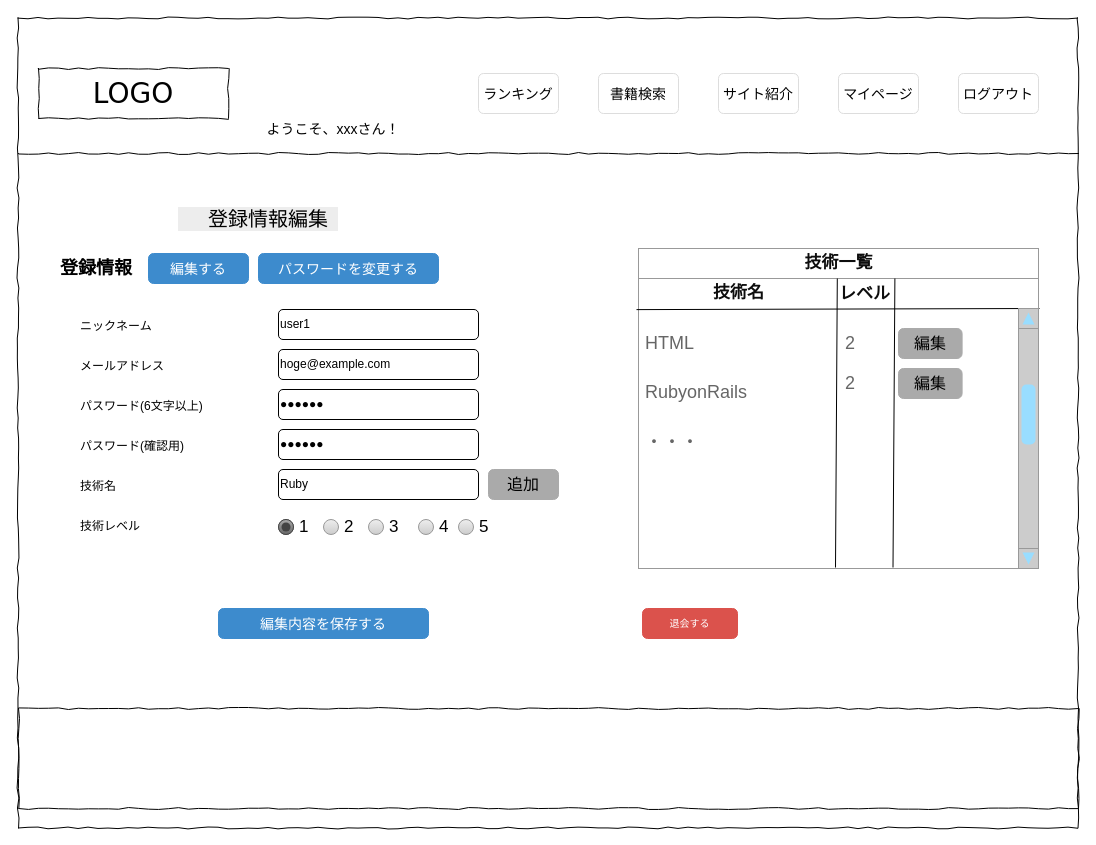
The draw.io diagram page "登録情報編集" (9 of 21) of wire_TechnicalBookReviewers_user.drawio in MitsuruYako/TechnicalBookReviewers, before the edit. Source tidied: cells renumbered, new cells numbered last; positions are measured from the earlier drawing's top-left corner, leaving out a move shared by most shapes. Both pictures are drawn from the tidied source at 100%, with x=0, y=0 at pixel (18, 18).
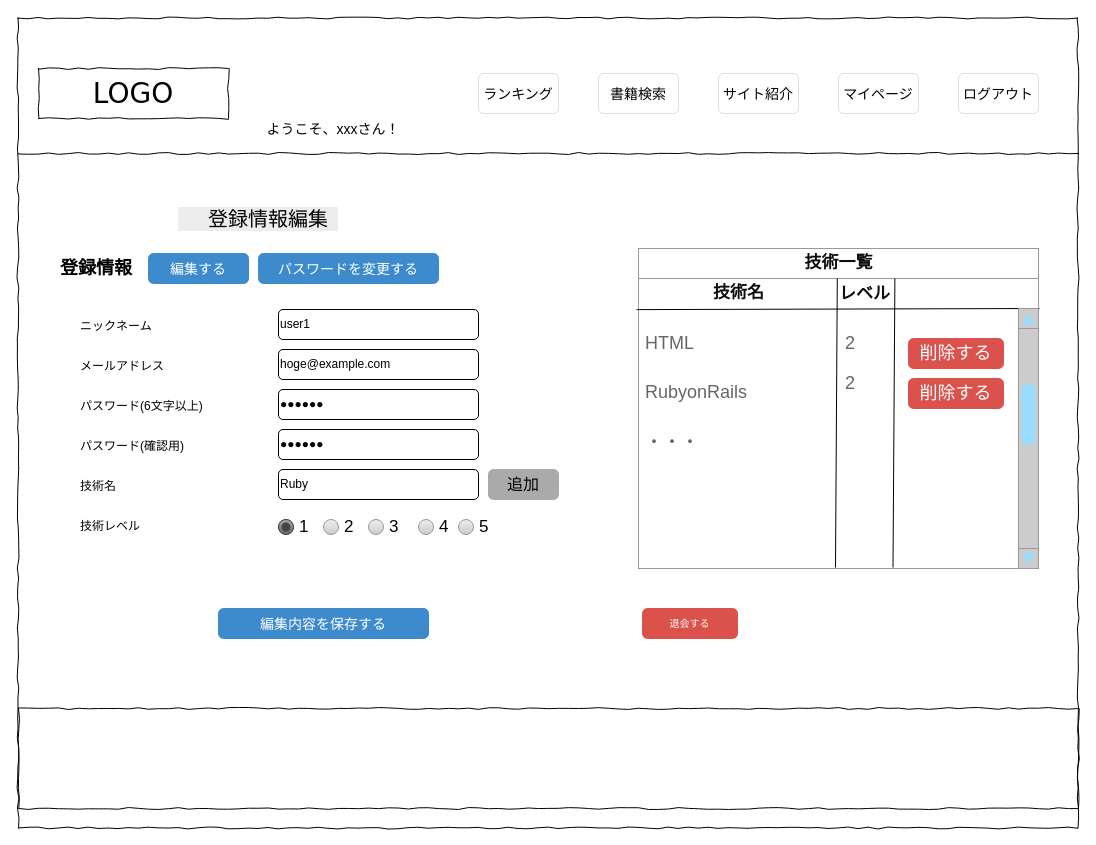
The same diagram, later.

Unchanged cells that the change refers to:
```xml
<mxCell id="12" style="strokeWidth=1;shadow=0;dashed=0;align=center;html=1;shape=mxgraph.mockup.forms.rrect;rSize=0;strokeColor=#999999;fillColor=#ffffff;" parent="1" vertex="1">
  <mxGeometry x="620" y="230" width="400" height="320" as="geometry" />
</mxCell>
```

Change to the diagram source:
```diff
@@
-    <mxCell id="24" value="編集" style="html=1;shadow=0;dashed=0;shape=mxgraph.bootstrap.rrect;rSize=5;fillColor=#AAAAAA;align=center;strokeColor=#AAAAAA;fontColor=#000000;fontSize=16;whiteSpace=wrap;" parent="12" vertex="1">
-      <mxGeometry x="260" y="80" width="63.6" height="30" as="geometry" />
-    </mxCell>
-    <mxCell id="25" value="編集" style="html=1;shadow=0;dashed=0;shape=mxgraph.bootstrap.rrect;rSize=5;fillColor=#AAAAAA;align=center;strokeColor=#AAAAAA;fontColor=#000000;fontSize=16;whiteSpace=wrap;" parent="12" vertex="1">
-      <mxGeometry x="260" y="120" width="63.6" height="30" as="geometry" />
-    </mxCell>
@@
+    <mxCell id="53" value="&lt;font style=&quot;font-size: 18px&quot;&gt;削除する&lt;/font&gt;" style="html=1;shadow=0;dashed=0;shape=mxgraph.bootstrap.rrect;rSize=5;fillColor=#DB524C;align=center;strokeColor=#DB524C;fontColor=#ffffff;fontSize=10;whiteSpace=wrap;" parent="12" vertex="1">
+      <mxGeometry x="270" y="130" width="95" height="30" as="geometry" />
+    </mxCell>
+    <mxCell id="54" value="&lt;font style=&quot;font-size: 18px&quot;&gt;削除する&lt;/font&gt;" style="html=1;shadow=0;dashed=0;shape=mxgraph.bootstrap.rrect;rSize=5;fillColor=#DB524C;align=center;strokeColor=#DB524C;fontColor=#ffffff;fontSize=10;whiteSpace=wrap;" parent="12" vertex="1">
+      <mxGeometry x="270" y="90" width="95" height="30" as="geometry" />
+    </mxCell>
```
